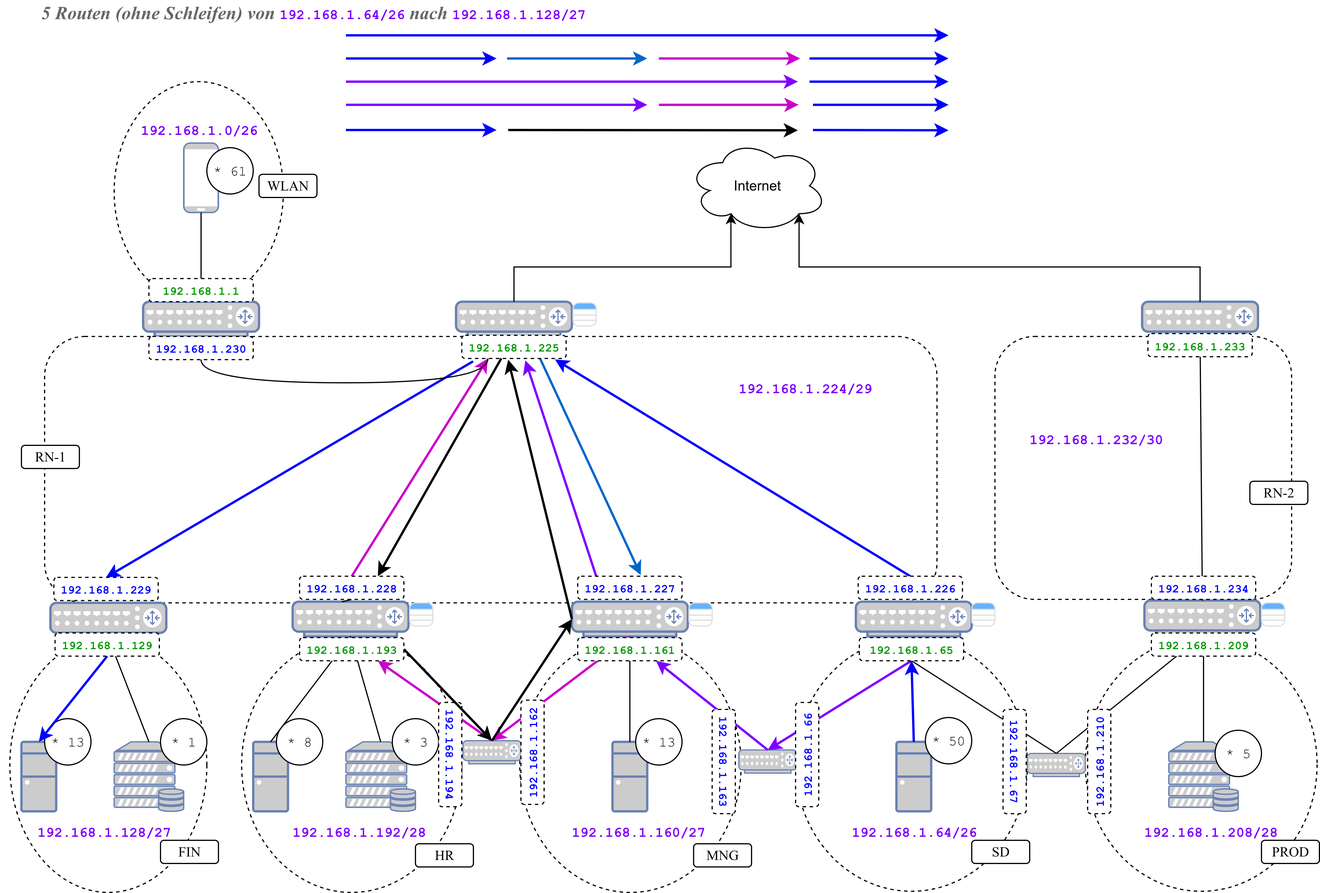
The draw.io diagram sources/lf.09/img.lf/ipv4-segmentation-task-routes.png in protirone/protico.ltx, before a commit. Source tidied: cells renumbered, new cells last; positions are measured from the earlier drawing's top-left corner, leaving out a move shared by most shapes.
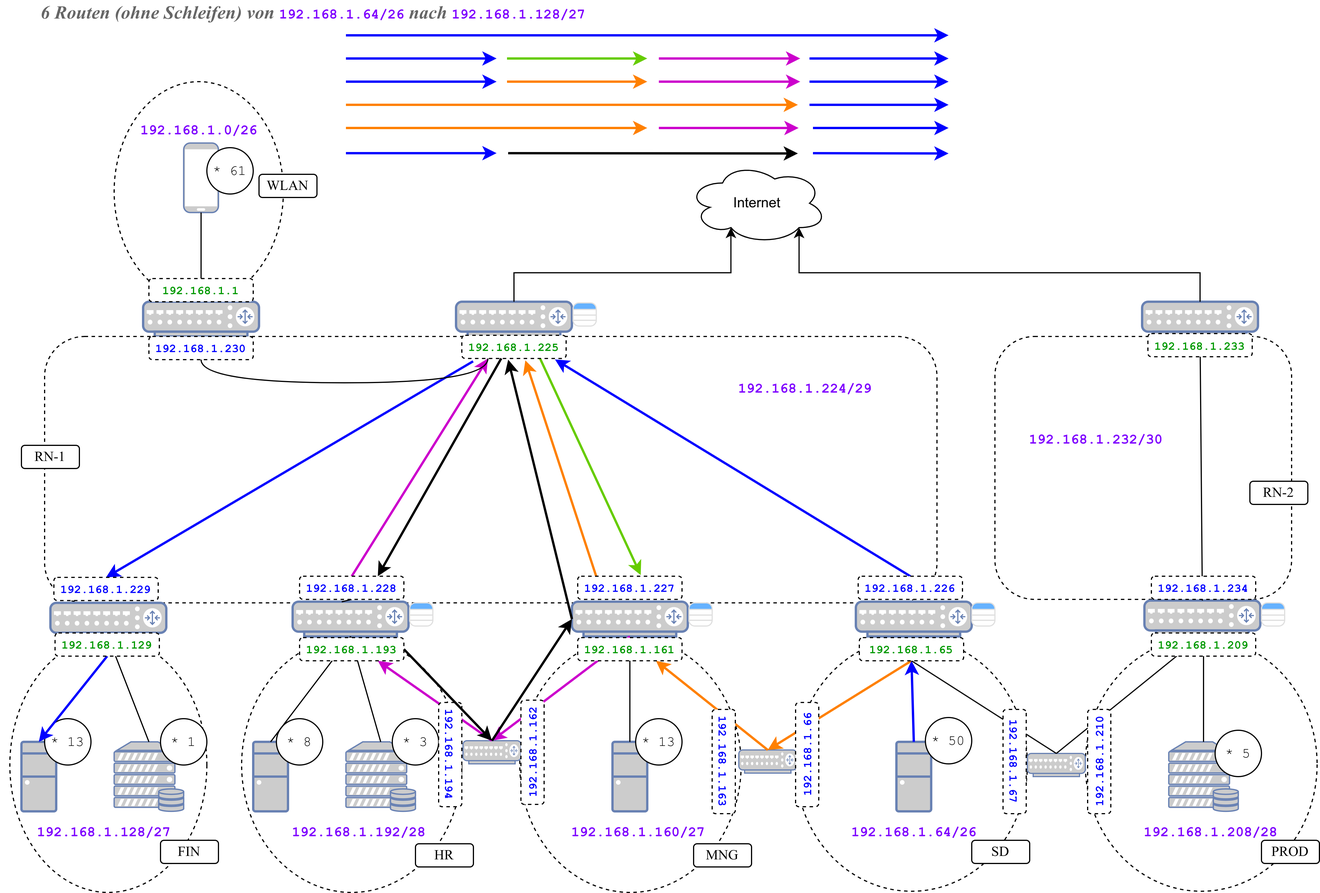
Above is the later version.

Diff of the diagram source:
```diff
@@ -96,7 +96,7 @@
       <mxGeometry x="985" y="260" width="100" height="30" as="geometry" />
     </mxCell>
     <mxCell id="33" value="Internet" style="ellipse;shape=cloud;whiteSpace=wrap;html=1;" parent="1" vertex="1">
-      <mxGeometry x="593" y="120" width="120" height="80" as="geometry" />
+      <mxGeometry x="593" y="140" width="120" height="70" as="geometry" />
     </mxCell>
     <mxCell id="34" style="edgeStyle=orthogonalEdgeStyle;rounded=0;jettySize=auto;html=1;exitX=0.5;exitY=0;exitDx=0;exitDy=0;exitPerimeter=0;entryX=0.31;entryY=0.8;entryDx=0;entryDy=0;entryPerimeter=0;" parent="1" edge="1" source="31" target="33">
       <mxGeometry relative="1" as="geometry" />
@@ -110,7 +110,7 @@
     <mxCell id="37" style="endArrow=classic;html=1;rounded=0;entryX=0.25;entryY=1;entryDx=0;entryDy=0;exitX=0.5;exitY=0;exitDx=0;exitDy=0;strokeColor=#CC00CC;strokeWidth=2;endFill=1;" parent="1" edge="1" source="91" target="120">
       <mxGeometry relative="1" as="geometry" />
     </mxCell>
-    <mxCell id="38" style="endArrow=classic;html=1;rounded=0;entryX=0.609;entryY=1.081;entryDx=0;entryDy=0;exitX=0.25;exitY=1;exitDx=0;exitDy=0;strokeColor=#7F00FF;strokeWidth=2;startArrow=none;startFill=0;endFill=1;entryPerimeter=0;" parent="1" edge="1" source="119" target="120">
+    <mxCell id="38" style="endArrow=classic;html=1;rounded=0;entryX=0.609;entryY=1.081;entryDx=0;entryDy=0;exitX=0.25;exitY=1;exitDx=0;exitDy=0;strokeColor=#FF8000;strokeWidth=2;startArrow=none;startFill=0;endFill=1;entryPerimeter=0;" parent="1" edge="1" source="119" target="120">
       <mxGeometry relative="1" as="geometry" />
     </mxCell>
     <mxCell id="39" style="endArrow=none;html=1;rounded=0;entryX=0.5;entryY=1;entryDx=0;entryDy=0;entryPerimeter=0;exitX=0.5;exitY=0;exitDx=0;exitDy=0;exitPerimeter=0;" parent="1" edge="1" source="120" target="31">
@@ -143,10 +143,10 @@
     <mxCell id="48" style="endArrow=none;html=1;rounded=0;entryX=0.5;entryY=1;entryDx=0;entryDy=0;entryPerimeter=0;exitX=0.5;exitY=0;exitDx=0;exitDy=0;exitPerimeter=0;strokeWidth=2;strokeColor=#CC00CC;endFill=0;startArrow=classic;startFill=1;" parent="1" edge="1" source="28" target="20">
       <mxGeometry relative="1" as="geometry" />
     </mxCell>
-    <mxCell id="49" style="endArrow=classic;html=1;rounded=0;entryX=0.75;entryY=1;entryDx=0;entryDy=0;exitX=0.5;exitY=0;exitDx=0;exitDy=0;exitPerimeter=0;strokeWidth=2;strokeColor=#7F00FF;startArrow=none;startFill=0;endFill=1;" parent="1" edge="1" source="29" target="75">
+    <mxCell id="49" style="endArrow=classic;html=1;rounded=0;entryX=0.75;entryY=1;entryDx=0;entryDy=0;exitX=0.5;exitY=0;exitDx=0;exitDy=0;exitPerimeter=0;strokeWidth=2;strokeColor=#FF8000;startArrow=none;startFill=0;endFill=1;" parent="1" edge="1" source="29" target="75">
       <mxGeometry relative="1" as="geometry" />
     </mxCell>
-    <mxCell id="50" style="endArrow=none;html=1;rounded=0;entryX=0.5;entryY=1;entryDx=0;entryDy=0;exitX=0.5;exitY=0;exitDx=0;exitDy=0;exitPerimeter=0;strokeColor=#7F00FF;strokeWidth=2;endFill=0;startArrow=classic;startFill=1;" parent="1" edge="1" source="29" target="123">
+    <mxCell id="50" style="endArrow=none;html=1;rounded=0;entryX=0.5;entryY=1;entryDx=0;entryDy=0;exitX=0.5;exitY=0;exitDx=0;exitDy=0;exitPerimeter=0;strokeColor=#FF8000;strokeWidth=2;endFill=0;startArrow=classic;startFill=1;" parent="1" edge="1" source="29" target="123">
       <mxGeometry relative="1" as="geometry" />
     </mxCell>
     <mxCell id="51" style="endArrow=classic;html=1;rounded=0;exitX=0.5;exitY=0;exitDx=0;exitDy=0;exitPerimeter=0;strokeColor=#0000FF;strokeWidth=2;entryX=0.5;entryY=1;entryDx=0;entryDy=0;endFill=1;" parent="1" edge="1" source="24" target="123">
@@ -188,7 +188,7 @@
     <mxCell id="63" value="&lt;font face=&quot;Garamond&quot;&gt;RN-2&lt;/font&gt;" style="rounded=1;whiteSpace=wrap;html=1;" parent="1" vertex="1">
       <mxGeometry x="1078" y="415" width="50" height="20" as="geometry" />
     </mxCell>
-    <mxCell id="64" value="&lt;font face=&quot;Garamond&quot; color=&quot;#666666&quot;&gt;&lt;span style=&quot;font-size: 16px;&quot;&gt;&lt;b&gt;&lt;i&gt;5 Routen (ohne Schleifen) von&amp;nbsp;&lt;/i&gt;&lt;/b&gt;&lt;/span&gt;&lt;/font&gt;&lt;b style=&quot;color: rgb(127, 0, 255); font-family: &amp;quot;Courier New&amp;quot;;&quot;&gt;192.168.1.64/26&lt;/b&gt;&lt;font face=&quot;Garamond&quot; color=&quot;#666666&quot;&gt;&lt;span style=&quot;font-size: 16px;&quot;&gt;&lt;b&gt;&lt;i&gt;&amp;nbsp;nach&amp;nbsp;&lt;/i&gt;&lt;/b&gt;&lt;/span&gt;&lt;/font&gt;&lt;b style=&quot;color: rgb(127, 0, 255); font-family: &amp;quot;Courier New&amp;quot;;&quot;&gt;192.168.1.128/27&lt;/b&gt;&lt;font face=&quot;Garamond&quot; color=&quot;#666666&quot;&gt;&lt;span style=&quot;font-size: 16px;&quot;&gt;&lt;b&gt;&lt;i&gt;&amp;nbsp;&amp;nbsp;&lt;/i&gt;&lt;/b&gt;&lt;/span&gt;&lt;/font&gt;" style="text;html=1;align=center;verticalAlign=middle;whiteSpace=wrap;rounded=0;" parent="1" vertex="1">
+    <mxCell id="64" value="&lt;font face=&quot;Garamond&quot; color=&quot;#666666&quot;&gt;&lt;span style=&quot;font-size: 16px;&quot;&gt;&lt;b&gt;&lt;i&gt;6 Routen (ohne Schleifen) von&amp;nbsp;&lt;/i&gt;&lt;/b&gt;&lt;/span&gt;&lt;/font&gt;&lt;b style=&quot;color: rgb(127, 0, 255); font-family: &amp;quot;Courier New&amp;quot;;&quot;&gt;192.168.1.64/26&lt;/b&gt;&lt;font face=&quot;Garamond&quot; color=&quot;#666666&quot;&gt;&lt;span style=&quot;font-size: 16px;&quot;&gt;&lt;b&gt;&lt;i&gt;&amp;nbsp;nach&amp;nbsp;&lt;/i&gt;&lt;/b&gt;&lt;/span&gt;&lt;/font&gt;&lt;b style=&quot;color: rgb(127, 0, 255); font-family: &amp;quot;Courier New&amp;quot;;&quot;&gt;192.168.1.128/27&lt;/b&gt;&lt;font face=&quot;Garamond&quot; color=&quot;#666666&quot;&gt;&lt;span style=&quot;font-size: 16px;&quot;&gt;&lt;b&gt;&lt;i&gt;&amp;nbsp;&amp;nbsp;&lt;/i&gt;&lt;/b&gt;&lt;/span&gt;&lt;/font&gt;" style="text;html=1;align=center;verticalAlign=middle;whiteSpace=wrap;rounded=0;" parent="1" vertex="1">
       <mxGeometry width="548" height="20" as="geometry" />
     </mxCell>
     <mxCell id="65" value="&lt;font color=&quot;#009900&quot; style=&quot;font-size: 10px;&quot; face=&quot;Courier New&quot;&gt;&lt;b style=&quot;&quot;&gt;192.168.1.1&lt;/b&gt;&lt;/font&gt;" style="rounded=1;whiteSpace=wrap;html=1;dashed=1;" parent="1" vertex="1">
@@ -350,7 +350,7 @@
     <mxCell id="117" style="text;strokeColor=#DFDFDF;fillColor=#FFFFFF;align=left;verticalAlign=middle;spacingLeft=10;spacingRight=10;overflow=hidden;whiteSpace=wrap;html=1;shape=mxgraph.bootstrap.bottomButton;rSize=5;fontColor=#333333;fontSize=8;fontFamily=Courier New;" parent="113" vertex="1">
       <mxGeometry y="15.1" width="20" height="4.9" as="geometry" />
     </mxCell>
-    <mxCell id="118" style="endArrow=none;html=1;rounded=0;entryX=0.75;entryY=1;entryDx=0;entryDy=0;exitX=0.604;exitY=-0.051;exitDx=0;exitDy=0;strokeColor=#0066CC;strokeWidth=2;exitPerimeter=0;endFill=0;startArrow=classic;startFill=1;" parent="1" edge="1" source="119" target="120">
+    <mxCell id="118" style="endArrow=none;html=1;rounded=0;entryX=0.75;entryY=1;entryDx=0;entryDy=0;exitX=0.604;exitY=-0.051;exitDx=0;exitDy=0;strokeColor=#66CC00;strokeWidth=2;exitPerimeter=0;endFill=0;startArrow=classic;startFill=1;" parent="1" edge="1" source="119" target="120">
       <mxGeometry relative="1" as="geometry" />
     </mxCell>
     <mxCell id="119" value="&lt;font style=&quot;font-size: 10px;&quot; color=&quot;#0000ff&quot; face=&quot;Courier New&quot;&gt;&lt;b style=&quot;&quot;&gt;192.168.1.227&lt;/b&gt;&lt;/font&gt;" style="rounded=1;whiteSpace=wrap;html=1;dashed=1;" parent="1" vertex="1">
@@ -396,7 +396,7 @@
         <mxPoint x="428" y="50" as="targetPoint" />
       </mxGeometry>
     </mxCell>
-    <mxCell id="130" style="endArrow=none;html=1;rounded=0;entryX=0.75;entryY=1;entryDx=0;entryDy=0;strokeColor=#0066CC;strokeWidth=2;endFill=0;startArrow=classic;startFill=1;" parent="1" edge="1">
+    <mxCell id="130" style="endArrow=none;html=1;rounded=0;entryX=0.75;entryY=1;entryDx=0;entryDy=0;strokeColor=#66CC00;strokeWidth=2;endFill=0;startArrow=classic;startFill=1;" parent="1" edge="1">
       <mxGeometry relative="1" as="geometry">
         <mxPoint x="558" y="50" as="sourcePoint" />
         <mxPoint x="437" y="50" as="targetPoint" />
@@ -414,52 +414,52 @@
         <mxPoint x="818" y="50" as="targetPoint" />
       </mxGeometry>
     </mxCell>
-    <mxCell id="133" style="endArrow=none;html=1;rounded=0;strokeColor=#7F00FF;strokeWidth=2;endFill=0;startArrow=classic;startFill=1;" parent="1" edge="1">
+    <mxCell id="133" style="endArrow=none;html=1;rounded=0;strokeColor=#FF8000;strokeWidth=2;endFill=0;startArrow=classic;startFill=1;" parent="1" edge="1">
       <mxGeometry relative="1" as="geometry">
-        <mxPoint x="688" y="70" as="sourcePoint" />
-        <mxPoint x="298" y="70" as="targetPoint" />
+        <mxPoint x="688" y="90" as="sourcePoint" />
+        <mxPoint x="298" y="90" as="targetPoint" />
       </mxGeometry>
     </mxCell>
     <mxCell id="134" style="endArrow=classic;html=1;rounded=0;strokeColor=#0000FF;strokeWidth=2;endFill=1;" parent="1" edge="1">
       <mxGeometry relative="1" as="geometry">
-        <mxPoint x="698" y="70" as="sourcePoint" />
-        <mxPoint x="818" y="70" as="targetPoint" />
+        <mxPoint x="698" y="90" as="sourcePoint" />
+        <mxPoint x="818" y="90" as="targetPoint" />
       </mxGeometry>
     </mxCell>
-    <mxCell id="135" style="endArrow=none;html=1;rounded=0;strokeColor=#7F00FF;strokeWidth=2;endFill=0;startArrow=classic;startFill=1;" parent="1" edge="1">
+    <mxCell id="135" style="endArrow=none;html=1;rounded=0;strokeColor=#FF8000;strokeWidth=2;endFill=0;startArrow=classic;startFill=1;" parent="1" edge="1">
       <mxGeometry relative="1" as="geometry">
-        <mxPoint x="558" y="90" as="sourcePoint" />
-        <mxPoint x="298" y="90" as="targetPoint" />
+        <mxPoint x="558" y="110" as="sourcePoint" />
+        <mxPoint x="298" y="110" as="targetPoint" />
       </mxGeometry>
     </mxCell>
     <mxCell id="136" style="endArrow=none;html=1;rounded=0;entryX=0.5;entryY=1;entryDx=0;entryDy=0;entryPerimeter=0;strokeWidth=2;strokeColor=#CC00CC;endFill=0;startArrow=classic;startFill=1;exitX=0.88;exitY=0.25;exitDx=0;exitDy=0;exitPerimeter=0;" parent="1" edge="1">
       <mxGeometry relative="1" as="geometry">
-        <mxPoint x="688.6" y="90" as="sourcePoint" />
-        <mxPoint x="568" y="90" as="targetPoint" />
+        <mxPoint x="688.6" y="110" as="sourcePoint" />
+        <mxPoint x="568" y="110" as="targetPoint" />
       </mxGeometry>
     </mxCell>
     <mxCell id="137" style="endArrow=classic;html=1;rounded=0;strokeColor=#0000FF;strokeWidth=2;endFill=1;" parent="1" edge="1">
       <mxGeometry relative="1" as="geometry">
-        <mxPoint x="701" y="111.8" as="sourcePoint" />
-        <mxPoint x="818" y="112" as="targetPoint" />
+        <mxPoint x="701" y="131.8" as="sourcePoint" />
+        <mxPoint x="818" y="132" as="targetPoint" />
       </mxGeometry>
     </mxCell>
     <mxCell id="138" style="endArrow=classic;html=1;rounded=0;strokeColor=#0000FF;strokeWidth=2;endFill=1;" parent="1" edge="1">
       <mxGeometry relative="1" as="geometry">
-        <mxPoint x="298" y="111.8" as="sourcePoint" />
-        <mxPoint x="428" y="111.8" as="targetPoint" />
+        <mxPoint x="298" y="131.8" as="sourcePoint" />
+        <mxPoint x="428" y="131.8" as="targetPoint" />
       </mxGeometry>
     </mxCell>
     <mxCell id="139" style="endArrow=classic;html=1;rounded=0;strokeColor=#000000;strokeWidth=2;endFill=1;" parent="1" edge="1">
       <mxGeometry relative="1" as="geometry">
-        <mxPoint x="438" y="111.8" as="sourcePoint" />
-        <mxPoint x="688" y="112" as="targetPoint" />
+        <mxPoint x="438" y="131.8" as="sourcePoint" />
+        <mxPoint x="688" y="132" as="targetPoint" />
       </mxGeometry>
     </mxCell>
     <mxCell id="140" style="endArrow=classic;html=1;rounded=0;strokeColor=#0000FF;strokeWidth=2;endFill=1;" parent="1" edge="1">
       <mxGeometry relative="1" as="geometry">
-        <mxPoint x="701" y="90" as="sourcePoint" />
-        <mxPoint x="818" y="90" as="targetPoint" />
+        <mxPoint x="701" y="110" as="sourcePoint" />
+        <mxPoint x="818" y="110" as="targetPoint" />
       </mxGeometry>
     </mxCell>
     <mxCell id="141" style="group;" parent="1" vertex="1">
@@ -477,5 +477,29 @@
     <mxCell id="145" style="text;strokeColor=#DFDFDF;fillColor=#FFFFFF;align=left;verticalAlign=middle;spacingLeft=10;spacingRight=10;overflow=hidden;whiteSpace=wrap;html=1;shape=mxgraph.bootstrap.bottomButton;rSize=5;fontColor=#333333;fontSize=8;fontFamily=Courier New;" parent="141" vertex="1">
       <mxGeometry y="15.1" width="20" height="4.9" as="geometry" />
     </mxCell>
+    <mxCell id="146" style="endArrow=classic;html=1;rounded=0;strokeColor=#0000FF;strokeWidth=2;endFill=1;" parent="1" edge="1">
+      <mxGeometry relative="1" as="geometry">
+        <mxPoint x="298" y="70" as="sourcePoint" />
+        <mxPoint x="428" y="70" as="targetPoint" />
+      </mxGeometry>
+    </mxCell>
+    <mxCell id="147" style="endArrow=none;html=1;rounded=0;entryX=0.75;entryY=1;entryDx=0;entryDy=0;strokeColor=#FF8000;strokeWidth=2;endFill=0;startArrow=classic;startFill=1;" parent="1" edge="1">
+      <mxGeometry relative="1" as="geometry">
+        <mxPoint x="558" y="70" as="sourcePoint" />
+        <mxPoint x="437" y="70" as="targetPoint" />
+      </mxGeometry>
+    </mxCell>
+    <mxCell id="148" style="endArrow=none;html=1;rounded=0;entryX=0.5;entryY=1;entryDx=0;entryDy=0;entryPerimeter=0;strokeWidth=2;strokeColor=#CC00CC;endFill=0;startArrow=classic;startFill=1;" parent="1" edge="1">
+      <mxGeometry relative="1" as="geometry">
+        <mxPoint x="690" y="70" as="sourcePoint" />
+        <mxPoint x="568" y="70" as="targetPoint" />
+      </mxGeometry>
+    </mxCell>
+    <mxCell id="149" style="endArrow=classic;html=1;rounded=0;strokeColor=#0000FF;strokeWidth=2;endFill=1;" parent="1" edge="1">
+      <mxGeometry relative="1" as="geometry">
+        <mxPoint x="698" y="70" as="sourcePoint" />
+        <mxPoint x="818" y="70" as="targetPoint" />
+      </mxGeometry>
+    </mxCell>
   </root>
 </mxGraphModel>
```
